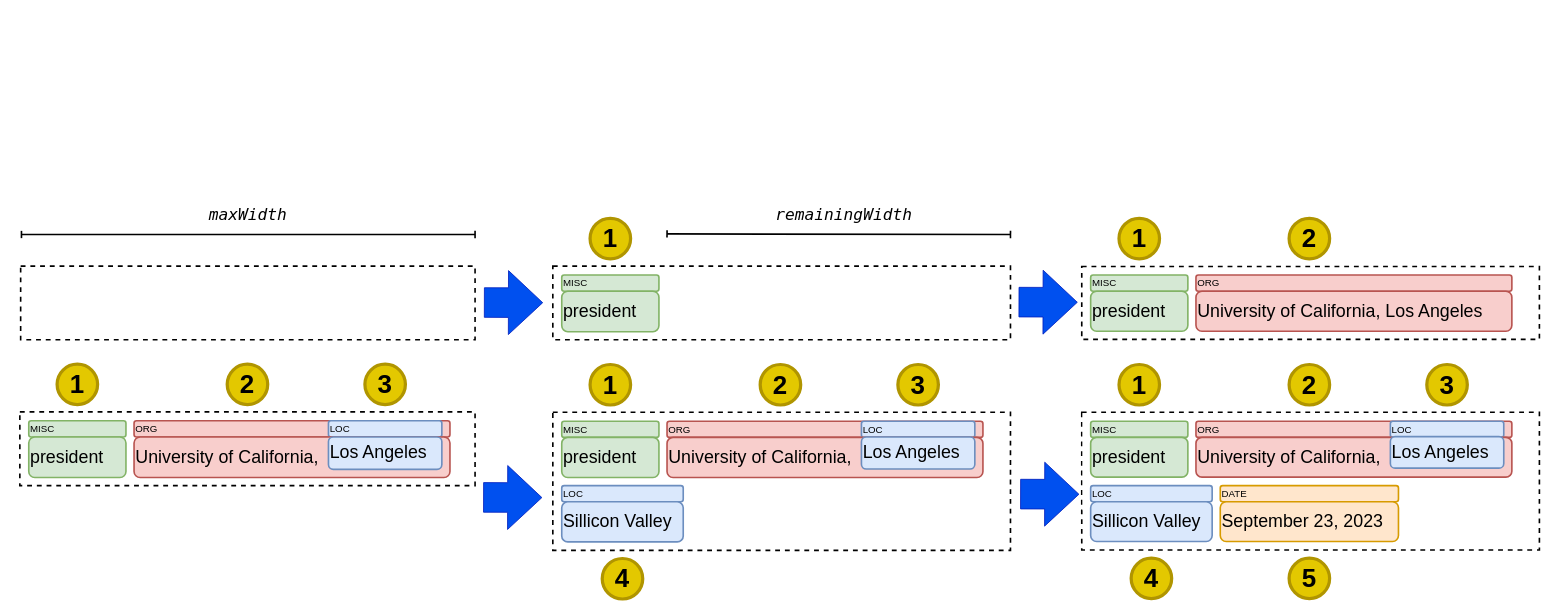
Earlier version of the draw.io diagram nervis.drawio (viniciusrpb/drawio_flowcharts). Source tidied: cells renumbered, new cells numbered last; positions are measured from the earlier drawing's top-left corner, leaving out a move shared by most shapes. Both pictures are drawn from the tidied source at 81%, with x=0, y=0 at pixel (19, 202).
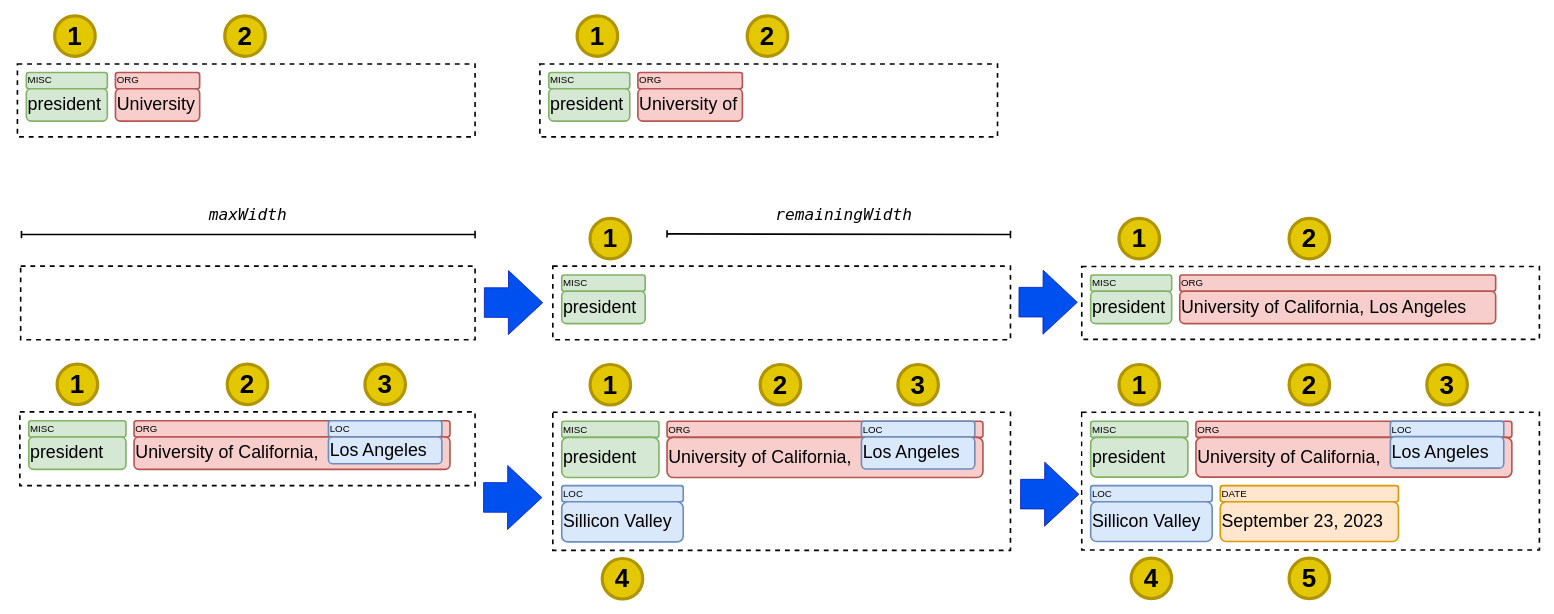
The same diagram, later.

What changed in the source:
```diff
@@
     <mxCell id="5" value="MISC" style="rounded=1;whiteSpace=wrap;html=1;strokeWidth=2;fillColor=#d5e8d4;strokeColor=#82b366;align=left;" parent="1" vertex="1">
-      <mxGeometry x="669" y="90" width="120" height="20" as="geometry" />
+      <mxGeometry x="669" y="90" width="103" height="20" as="geometry" />
     </mxCell>
     <mxCell id="6" value="president" style="rounded=1;whiteSpace=wrap;html=1;align=left;fontSize=22;strokeWidth=2;fillColor=#d5e8d4;strokeColor=#82b366;" parent="1" vertex="1">
-      <mxGeometry x="669" y="110" width="120" height="50" as="geometry" />
+      <mxGeometry x="669" y="110" width="103" height="40" as="geometry" />
     </mxCell>
@@
     <mxCell id="10" value="president" style="rounded=1;whiteSpace=wrap;html=1;align=left;fontSize=22;strokeWidth=2;fillColor=#d5e8d4;strokeColor=#82b366;" parent="1" vertex="1">
-      <mxGeometry x="11" y="290" width="120" height="50" as="geometry" />
+      <mxGeometry x="11" y="290" width="120" height="40" as="geometry" />
     </mxCell>
@@
     <mxCell id="13" value="University of California," style="rounded=1;whiteSpace=wrap;html=1;align=left;fontSize=22;strokeWidth=2;fillColor=#f8cecc;strokeColor=#b85450;" parent="1" vertex="1">
-      <mxGeometry x="141" y="290" width="390" height="50" as="geometry" />
+      <mxGeometry x="141" y="290" width="390" height="40" as="geometry" />
     </mxCell>
     <mxCell id="14" value="&lt;div&gt;&lt;br&gt;&lt;/div&gt;Los Angeles&lt;div&gt;&lt;br&gt;&lt;/div&gt;" style="rounded=1;whiteSpace=wrap;html=1;align=left;fontSize=22;strokeWidth=2;fillColor=#dae8fc;strokeColor=#6c8ebf;" parent="1" vertex="1">
-      <mxGeometry x="381" y="290" width="140" height="40" as="geometry" />
+      <mxGeometry x="381" y="290" width="140" height="33" as="geometry" />
     </mxCell>
@@
     <mxCell id="32" value="MISC" style="rounded=1;whiteSpace=wrap;html=1;strokeWidth=2;fillColor=#d5e8d4;strokeColor=#82b366;align=left;" parent="1" vertex="1">
-      <mxGeometry x="1322" y="90" width="120" height="20" as="geometry" />
+      <mxGeometry x="1322" y="90" width="100" height="20" as="geometry" />
     </mxCell>
     <mxCell id="33" value="president" style="rounded=1;whiteSpace=wrap;html=1;align=left;fontSize=22;strokeWidth=2;fillColor=#d5e8d4;strokeColor=#82b366;" parent="1" vertex="1">
-      <mxGeometry x="1322" y="110" width="120" height="49.5" as="geometry" />
+      <mxGeometry x="1322" y="110" width="100" height="40" as="geometry" />
     </mxCell>
     <mxCell id="34" value="ORG" style="rounded=1;whiteSpace=wrap;html=1;strokeWidth=2;fillColor=#f8cecc;strokeColor=#b85450;align=left;" parent="1" vertex="1">
-      <mxGeometry x="1452" y="90" width="390" height="20" as="geometry" />
+      <mxGeometry x="1432" y="90" width="390" height="20" as="geometry" />
     </mxCell>
     <mxCell id="35" value="University of California, Los Angeles" style="rounded=1;whiteSpace=wrap;html=1;align=left;fontSize=22;strokeWidth=2;fillColor=#f8cecc;strokeColor=#b85450;" parent="1" vertex="1">
-      <mxGeometry x="1452" y="110" width="390" height="49.5" as="geometry" />
+      <mxGeometry x="1432" y="110" width="390" height="40" as="geometry" />
     </mxCell>
@@
+    <mxCell id="63" style="rounded=0;whiteSpace=wrap;html=1;strokeWidth=2;dashed=1;" parent="1" vertex="1">
+      <mxGeometry x="-3" y="-170.5" width="565" height="90" as="geometry" />
+    </mxCell>
+    <mxCell id="64" value="MISC" style="rounded=1;whiteSpace=wrap;html=1;strokeWidth=2;fillColor=#d5e8d4;strokeColor=#82b366;align=left;" parent="1" vertex="1">
+      <mxGeometry x="8" y="-160" width="100" height="20" as="geometry" />
+    </mxCell>
+    <mxCell id="65" value="president" style="rounded=1;whiteSpace=wrap;html=1;align=left;fontSize=22;strokeWidth=2;fillColor=#d5e8d4;strokeColor=#82b366;" parent="1" vertex="1">
+      <mxGeometry x="8" y="-140" width="100" height="40" as="geometry" />
+    </mxCell>
+    <mxCell id="66" value="ORG" style="rounded=1;whiteSpace=wrap;html=1;strokeWidth=2;fillColor=#f8cecc;strokeColor=#b85450;align=left;" parent="1" vertex="1">
+      <mxGeometry x="118" y="-160" width="104" height="20" as="geometry" />
+    </mxCell>
+    <mxCell id="67" value="University&amp;nbsp;" style="rounded=1;whiteSpace=wrap;html=1;align=left;fontSize=22;strokeWidth=2;fillColor=#f8cecc;strokeColor=#b85450;" parent="1" vertex="1">
+      <mxGeometry x="118" y="-140" width="104" height="40" as="geometry" />
+    </mxCell>
+    <mxCell id="68" value="2" style="ellipse;whiteSpace=wrap;html=1;fontSize=32;strokeWidth=4;fontStyle=1;fillColor=#e3c800;strokeColor=#B09500;fontColor=#000000;" parent="1" vertex="1">
+      <mxGeometry x="253" y="-230" width="50" height="50" as="geometry" />
+    </mxCell>
+    <mxCell id="69" value="1" style="ellipse;whiteSpace=wrap;html=1;fontSize=32;strokeWidth=4;fontStyle=1;fillColor=#e3c800;strokeColor=#B09500;fontColor=#000000;" parent="1" vertex="1">
+      <mxGeometry x="43" y="-230" width="50" height="50" as="geometry" />
+    </mxCell>
+    <mxCell id="70" style="rounded=0;whiteSpace=wrap;html=1;strokeWidth=2;dashed=1;" parent="1" vertex="1">
+      <mxGeometry x="642" y="-170.5" width="565" height="90" as="geometry" />
+    </mxCell>
+    <mxCell id="71" value="MISC" style="rounded=1;whiteSpace=wrap;html=1;strokeWidth=2;fillColor=#d5e8d4;strokeColor=#82b366;align=left;" parent="1" vertex="1">
+      <mxGeometry x="653" y="-160" width="100" height="20" as="geometry" />
+    </mxCell>
+    <mxCell id="72" value="president" style="rounded=1;whiteSpace=wrap;html=1;align=left;fontSize=22;strokeWidth=2;fillColor=#d5e8d4;strokeColor=#82b366;" parent="1" vertex="1">
+      <mxGeometry x="653" y="-140" width="100" height="40" as="geometry" />
+    </mxCell>
+    <mxCell id="73" value="ORG" style="rounded=1;whiteSpace=wrap;html=1;strokeWidth=2;fillColor=#f8cecc;strokeColor=#b85450;align=left;" parent="1" vertex="1">
+      <mxGeometry x="763" y="-160" width="129" height="20" as="geometry" />
+    </mxCell>
+    <mxCell id="74" value="University of" style="rounded=1;whiteSpace=wrap;html=1;align=left;fontSize=22;strokeWidth=2;fillColor=#f8cecc;strokeColor=#b85450;" parent="1" vertex="1">
+      <mxGeometry x="763" y="-140" width="129" height="40" as="geometry" />
+    </mxCell>
+    <mxCell id="75" value="2" style="ellipse;whiteSpace=wrap;html=1;fontSize=32;strokeWidth=4;fontStyle=1;fillColor=#e3c800;strokeColor=#B09500;fontColor=#000000;" parent="1" vertex="1">
+      <mxGeometry x="898" y="-230" width="50" height="50" as="geometry" />
+    </mxCell>
+    <mxCell id="76" value="1" style="ellipse;whiteSpace=wrap;html=1;fontSize=32;strokeWidth=4;fontStyle=1;fillColor=#e3c800;strokeColor=#B09500;fontColor=#000000;" parent="1" vertex="1">
+      <mxGeometry x="688" y="-230" width="50" height="50" as="geometry" />
+    </mxCell>
```
